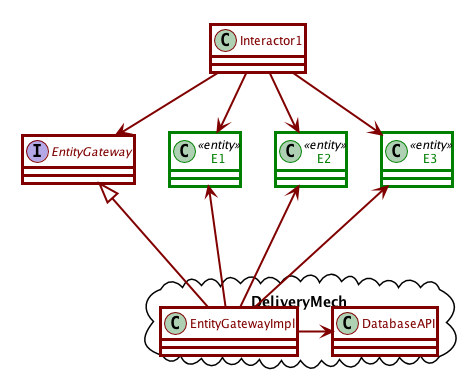
The PlantUML diagram docs/images/useCaseArchitectureDatabase.png in skiadas/SoftwareDevelopmentPracticumCourse, before a commit. Its diagram source:
```plantuml
@startuml

skinparam linetype polyline
skinparam shadowing false

skinparam class {
  BackgroundColor White
  BorderThickness 3
  ArrowThickness 2
  ArrowColor Maroon
  BorderColor Maroon
  FontColor Maroon
  BorderColor<<boundary>> DarkTurquoise
  FontColor<<boundary>> DarkTurquoise
  BorderColor<<entity>> Green
  FontColor<<entity>> Green
}

together {
interface EntityGateway
}

together {
class Interactor1
}

together {
class E1 <<entity>>
class E2 <<entity>>
class E3 <<entity>>
}

package DeliveryMech <<Cloud>> {
    class EntityGatewayImpl
    class DatabaseAPI
}


Interactor1 --> E1
Interactor1 --> E2
Interactor1 --> E3
Interactor1 --> EntityGateway
EntityGateway <|-EntityGatewayImpl
EntityGatewayImpl -> DatabaseAPI
E1 <--- EntityGatewayImpl
E2 <--- EntityGatewayImpl
E3 <--- EntityGatewayImpl

E1 -[hidden]> E2
E2 -[hidden]> E3

@enduml
```
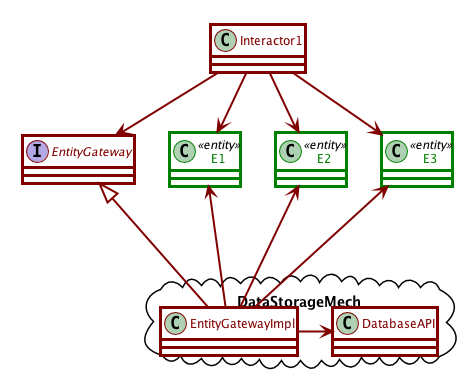
Above is the later version.

Diff of the diagram source:
```diff
@@ -30,7 +30,7 @@
 class E3 <<entity>>
 }
 
-package DeliveryMech <<Cloud>> {
+package DataStorageMech <<Cloud>> {
     class EntityGatewayImpl
     class DatabaseAPI
 }
```
